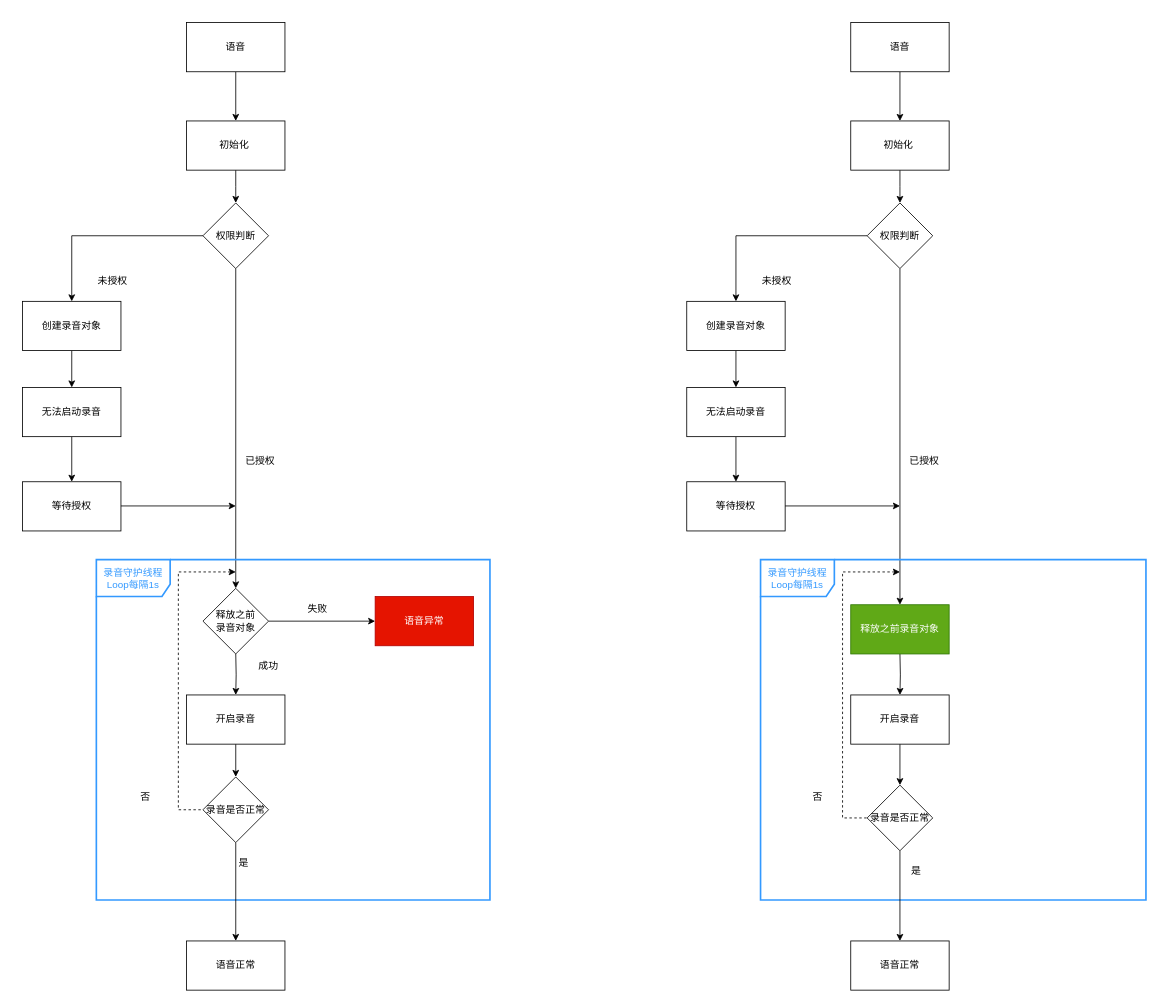
The draw.io diagram page "第 18 页" (18 of 20) of 未命名绘图.drawio in songlongGithub/CustomDemo, before the edit. Source tidied: cells renumbered, new cells numbered last; positions are measured from the earlier drawing's top-left corner, leaving out a move shared by most shapes. Both pictures are drawn from the tidied source at 82%, with x=0, y=0 at pixel (22, 22).
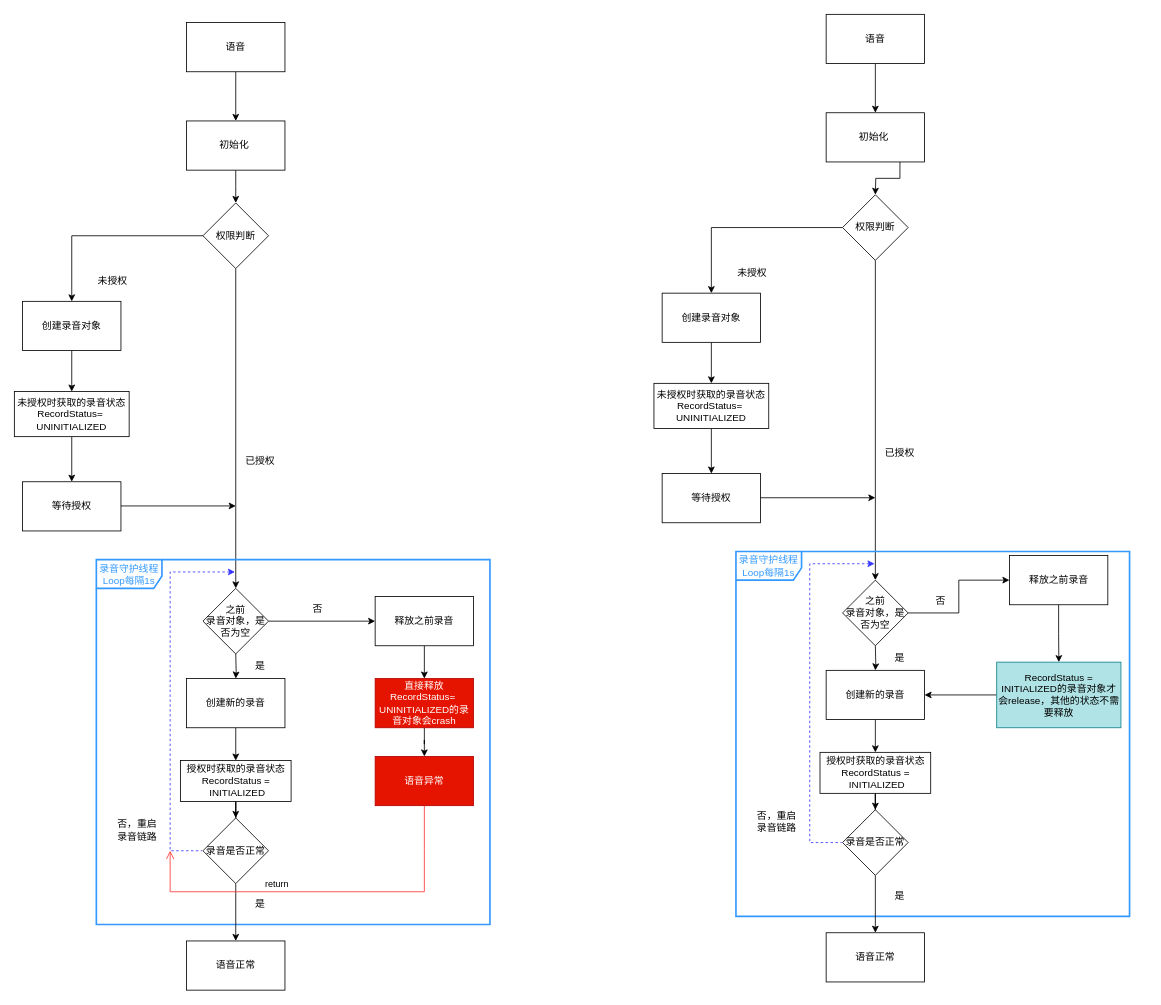
The same page after the edit.

Commit message:
更新未命名绘图.drawio

Diff of the diagram source:
```diff
@@
-    <mxCell id="15" value="无法启动录音" style="rounded=0;whiteSpace=wrap;html=1;" parent="1" vertex="1">
-      <mxGeometry y="445" width="120" height="60" as="geometry" />
+    <mxCell id="15" value="未授权时获取的录音状态&lt;br&gt;RecordStatus=&amp;nbsp;&lt;br&gt;UNINITIALIZED" style="rounded=0;whiteSpace=wrap;html=1;" parent="1" vertex="1">
+      <mxGeometry x="-10" y="450" width="140" height="55" as="geometry" />
     </mxCell>
@@
-    <mxCell id="18" style="edgeStyle=orthogonalEdgeStyle;rounded=0;jettySize=auto;html=1;" parent="1" edge="1" source="19" target="27">
-      <mxGeometry relative="1" as="geometry" />
-    </mxCell>
+    <mxCell id="58" style="edgeStyle=orthogonalEdgeStyle;rounded=0;jettySize=auto;html=1;" parent="1" edge="1" source="19" target="62">
+      <mxGeometry relative="1" as="geometry" />
+    </mxCell>
-    <mxCell id="19" value="开启录音" style="whiteSpace=wrap;html=1;" parent="1" vertex="1">
-      <mxGeometry x="200" y="820" width="120" height="60" as="geometry" />
+    <mxCell id="19" value="创建新的录音" style="whiteSpace=wrap;html=1;" parent="1" vertex="1">
+      <mxGeometry x="200" y="800" width="120" height="60" as="geometry" />
     </mxCell>
@@
-    <mxCell id="21" value="释放之前&lt;br&gt;录音对象" style="rhombus;whiteSpace=wrap;html=1;" parent="1" vertex="1">
+    <mxCell id="21" value="之前&lt;br&gt;录音对象，是否为空" style="rhombus;whiteSpace=wrap;html=1;" parent="1" vertex="1">
       <mxGeometry x="220" y="690" width="80" height="80" as="geometry" />
     </mxCell>
-    <mxCell id="22" value="成功" style="text;html=1;strokeColor=none;fillColor=none;align=center;verticalAlign=middle;whiteSpace=wrap;rounded=0;" parent="1" vertex="1">
-      <mxGeometry x="270" y="770" width="60" height="30" as="geometry" />
-    </mxCell>
+    <mxCell id="59" style="edgeStyle=orthogonalEdgeStyle;rounded=0;jettySize=auto;html=1;" parent="1" edge="1" source="23" target="64">
+      <mxGeometry relative="1" as="geometry" />
+    </mxCell>
-    <mxCell id="23" value="语音异常" style="whiteSpace=wrap;html=1;fillColor=#e51400;strokeColor=#B20000;fontColor=#ffffff;" parent="1" vertex="1">
+    <mxCell id="23" value="释放之前录音" style="whiteSpace=wrap;html=1;" parent="1" vertex="1">
       <mxGeometry x="430" y="700" width="120" height="60" as="geometry" />
     </mxCell>
-    <mxCell id="24" value="失败" style="text;html=1;strokeColor=none;fillColor=none;align=center;verticalAlign=middle;whiteSpace=wrap;rounded=0;" parent="1" vertex="1">
+    <mxCell id="24" value="否" style="text;html=1;strokeColor=none;fillColor=none;align=center;verticalAlign=middle;whiteSpace=wrap;rounded=0;" parent="1" vertex="1">
       <mxGeometry x="330" y="700" width="60" height="30" as="geometry" />
     </mxCell>
-    <mxCell id="25" value="&lt;font color=&quot;#3399ff&quot;&gt;录音守护线程Loop每隔1s&lt;/font&gt;" style="shape=umlFrame;whiteSpace=wrap;html=1;width=90;height=45;strokeColor=#3399FF;strokeWidth=2;" parent="1" vertex="1">
-      <mxGeometry x="90" y="655" width="480" height="415" as="geometry" />
+    <mxCell id="25" value="&lt;font color=&quot;#3399ff&quot;&gt;录音守护线程Loop每隔1s&lt;/font&gt;" style="shape=umlFrame;whiteSpace=wrap;html=1;width=80;height=35;strokeColor=#3399FF;strokeWidth=2;" parent="1" vertex="1">
+      <mxGeometry x="90" y="655" width="480" height="445" as="geometry" />
     </mxCell>
@@
     <mxCell id="27" value="录音是否正常" style="rhombus;whiteSpace=wrap;html=1;" parent="1" vertex="1">
-      <mxGeometry x="220" y="920" width="80" height="80" as="geometry" />
+      <mxGeometry x="220" y="970" width="80" height="80" as="geometry" />
     </mxCell>
@@
-    <mxCell id="29" style="html=1;verticalAlign=bottom;endArrow=none;curved=0;rounded=0;endFill=0;startArrow=classic;startFill=1;dashed=1;entryX=0;entryY=0.5;entryDx=0;entryDy=0;" parent="1" edge="1" target="27">
+    <mxCell id="29" style="html=1;verticalAlign=bottom;endArrow=none;curved=0;rounded=0;endFill=0;startArrow=classic;startFill=1;dashed=1;entryX=0;entryY=0.5;entryDx=0;entryDy=0;strokeColor=#3333FF;" parent="1" edge="1">
       <mxGeometry relative="1" as="geometry">
-        <mxPoint x="260" y="670" as="sourcePoint" />
+        <mxPoint x="259" y="670" as="sourcePoint" />
+        <mxPoint x="219" y="1010" as="targetPoint" />
         <Array as="points">
-          <mxPoint x="190" y="670" />
-          <mxPoint x="190" y="760" />
-          <mxPoint x="190" y="960" />
+          <mxPoint x="180" y="670" />
+          <mxPoint x="180" y="760" />
+          <mxPoint x="180" y="1010" />
         </Array>
       </mxGeometry>
     </mxCell>
-    <mxCell id="30" value="否" style="text;html=1;strokeColor=none;fillColor=none;align=center;verticalAlign=middle;whiteSpace=wrap;rounded=0;" parent="1" vertex="1">
-      <mxGeometry x="120" y="930" width="60" height="30" as="geometry" />
+    <mxCell id="30" value="否，重启录音链路" style="text;html=1;strokeColor=none;fillColor=none;align=center;verticalAlign=middle;whiteSpace=wrap;rounded=0;" parent="1" vertex="1">
+      <mxGeometry x="110" y="970" width="60" height="30" as="geometry" />
     </mxCell>
     <mxCell id="31" value="是" style="text;html=1;strokeColor=none;fillColor=none;align=center;verticalAlign=middle;whiteSpace=wrap;rounded=0;" parent="1" vertex="1">
-      <mxGeometry x="240" y="1010" width="60" height="30" as="geometry" />
+      <mxGeometry x="260" y="1060" width="60" height="30" as="geometry" />
     </mxCell>
+    <mxCell id="60" value="是" style="text;html=1;strokeColor=none;fillColor=none;align=center;verticalAlign=middle;whiteSpace=wrap;rounded=0;" parent="1" vertex="1">
+      <mxGeometry x="260" y="770" width="60" height="30" as="geometry" />
+    </mxCell>
+    <mxCell id="61" style="edgeStyle=orthogonalEdgeStyle;rounded=0;jettySize=auto;html=1;" parent="1" edge="1" source="62" target="27">
+      <mxGeometry relative="1" as="geometry" />
+    </mxCell>
+    <mxCell id="62" value="授权时获取的录音状态&lt;br style=&quot;border-color: var(--border-color);&quot;&gt;RecordStatus =&lt;br&gt;&amp;nbsp;INITIALIZED" style="html=1;whiteSpace=wrap;" parent="1" vertex="1">
+      <mxGeometry x="192.5" y="900" width="135" height="50" as="geometry" />
+    </mxCell>
+    <mxCell id="63" style="edgeStyle=orthogonalEdgeStyle;rounded=0;jettySize=auto;html=1;" parent="1" edge="1" source="64" target="66">
+      <mxGeometry relative="1" as="geometry" />
+    </mxCell>
+    <mxCell id="64" value="直接释放RecordStatus=&amp;nbsp;&lt;br style=&quot;border-color: var(--border-color);&quot;&gt;UNINITIALIZED的录音对象会crash" style="whiteSpace=wrap;html=1;fillColor=#e51400;fontColor=#ffffff;strokeColor=#B20000;" parent="1" vertex="1">
+      <mxGeometry x="430" y="800" width="120" height="60" as="geometry" />
+    </mxCell>
+    <mxCell id="65" style="edgeStyle=orthogonalEdgeStyle;rounded=0;jettySize=auto;html=1;strokeColor=#FF3333;endArrow=none;endFill=0;" parent="1" edge="1" source="66">
+      <mxGeometry relative="1" as="geometry">
+        <mxPoint x="490" y="1060" as="targetPoint" />
+      </mxGeometry>
+    </mxCell>
+    <mxCell id="66" value="语音异常" style="whiteSpace=wrap;html=1;fillColor=#e51400;fontColor=#ffffff;strokeColor=#B20000;" parent="1" vertex="1">
+      <mxGeometry x="430" y="895" width="120" height="60" as="geometry" />
+    </mxCell>
+    <mxCell id="67" value="return" style="html=1;verticalAlign=bottom;endArrow=open;endSize=8;curved=0;rounded=0;strokeColor=#FF3333;" parent="1" edge="1">
+      <mxGeometry relative="1" as="geometry">
+        <mxPoint x="490" y="1060" as="sourcePoint" />
+        <mxPoint x="180" y="1010" as="targetPoint" />
+        <Array as="points">
+          <mxPoint x="320" y="1060" />
+          <mxPoint x="180" y="1060" />
+        </Array>
+      </mxGeometry>
+    </mxCell>
@@
     <mxCell id="33" value="语音" style="rounded=0;whiteSpace=wrap;html=1;" parent="1" vertex="1">
-      <mxGeometry x="1010" width="120" height="60" as="geometry" />
+      <mxGeometry x="980" y="-10" width="120" height="60" as="geometry" />
     </mxCell>
-    <mxCell id="34" style="edgeStyle=orthogonalEdgeStyle;rounded=0;jettySize=auto;html=1;" parent="1" edge="1" source="35">
-      <mxGeometry relative="1" as="geometry">
-        <mxPoint x="1070" y="220" as="targetPoint" />
-      </mxGeometry>
-    </mxCell>
+    <mxCell id="68" style="edgeStyle=orthogonalEdgeStyle;rounded=0;jettySize=auto;html=1;exitX=0.75;exitY=1;exitDx=0;exitDy=0;" parent="1" edge="1" source="35">
+      <mxGeometry relative="1" as="geometry">
+        <mxPoint x="1040" y="210" as="targetPoint" />
+      </mxGeometry>
+    </mxCell>
     <mxCell id="35" value="初始化&amp;nbsp;" style="rounded=0;whiteSpace=wrap;html=1;" parent="1" vertex="1">
-      <mxGeometry x="1010" y="120" width="120" height="60" as="geometry" />
+      <mxGeometry x="980" y="110" width="120" height="60" as="geometry" />
     </mxCell>
-    <mxCell id="36" style="edgeStyle=orthogonalEdgeStyle;rounded=0;jettySize=auto;html=1;entryX=0.5;entryY=0;entryDx=0;entryDy=0;" parent="1" edge="1" source="38" target="57">
-      <mxGeometry relative="1" as="geometry" />
-    </mxCell>
+    <mxCell id="69" style="edgeStyle=orthogonalEdgeStyle;rounded=0;jettySize=auto;html=1;entryX=0.5;entryY=0;entryDx=0;entryDy=0;" parent="1" edge="1" source="38" target="79">
+      <mxGeometry relative="1" as="geometry" />
+    </mxCell>
@@
     <mxCell id="38" value="权限判断" style="rhombus;whiteSpace=wrap;html=1;" parent="1" vertex="1">
-      <mxGeometry x="1030" y="220" width="80" height="80" as="geometry" />
+      <mxGeometry x="1000" y="210" width="80" height="80" as="geometry" />
     </mxCell>
-    <mxCell id="39" style="edgeStyle=orthogonalEdgeStyle;rounded=0;jettySize=auto;html=1;" parent="1" edge="1" target="49">
-      <mxGeometry relative="1" as="geometry">
-        <mxPoint x="1070" y="770" as="sourcePoint" />
-      </mxGeometry>
-    </mxCell>
-    <mxCell id="40" style="edgeStyle=orthogonalEdgeStyle;rounded=0;jettySize=auto;html=1;entryX=0.5;entryY=0;entryDx=0;entryDy=0;" parent="1" edge="1" source="41" target="45">
-      <mxGeometry relative="1" as="geometry" />
-    </mxCell>
+    <mxCell id="70" style="edgeStyle=orthogonalEdgeStyle;rounded=0;jettySize=auto;html=1;" parent="1" edge="1" target="77">
+      <mxGeometry relative="1" as="geometry">
+        <mxPoint x="1040" y="760" as="sourcePoint" />
+      </mxGeometry>
+    </mxCell>
+    <mxCell id="71" style="edgeStyle=orthogonalEdgeStyle;rounded=0;jettySize=auto;html=1;entryX=0.5;entryY=0;entryDx=0;entryDy=0;" parent="1" edge="1" source="41" target="73">
+      <mxGeometry relative="1" as="geometry" />
+    </mxCell>
     <mxCell id="41" value="创建录音对象" style="whiteSpace=wrap;html=1;" parent="1" vertex="1">
-      <mxGeometry x="810" y="340" width="120" height="60" as="geometry" />
+      <mxGeometry x="780" y="330" width="120" height="60" as="geometry" />
     </mxCell>
     <mxCell id="42" value="未授权" style="text;html=1;strokeColor=none;fillColor=none;align=center;verticalAlign=middle;whiteSpace=wrap;rounded=0;" parent="1" vertex="1">
-      <mxGeometry x="890" y="300" width="60" height="30" as="geometry" />
+      <mxGeometry x="860" y="290" width="60" height="30" as="geometry" />
     </mxCell>
     <mxCell id="43" value="已授权" style="text;html=1;strokeColor=none;fillColor=none;align=center;verticalAlign=middle;whiteSpace=wrap;rounded=0;" parent="1" vertex="1">
-      <mxGeometry x="1070" y="520" width="60" height="30" as="geometry" />
+      <mxGeometry x="1040" y="510" width="60" height="30" as="geometry" />
     </mxCell>
-    <mxCell id="44" style="edgeStyle=orthogonalEdgeStyle;rounded=0;jettySize=auto;html=1;" parent="1" edge="1" source="45" target="46">
-      <mxGeometry relative="1" as="geometry" />
-    </mxCell>
-    <mxCell id="45" value="无法启动录音" style="rounded=0;whiteSpace=wrap;html=1;" parent="1" vertex="1">
-      <mxGeometry x="810" y="445" width="120" height="60" as="geometry" />
-    </mxCell>
+    <mxCell id="72" style="edgeStyle=orthogonalEdgeStyle;rounded=0;jettySize=auto;html=1;" parent="1" edge="1" source="73" target="46">
+      <mxGeometry relative="1" as="geometry" />
+    </mxCell>
+    <mxCell id="73" value="未授权时获取的录音状态&lt;br&gt;RecordStatus=&amp;nbsp;&lt;br&gt;UNINITIALIZED" style="rounded=0;whiteSpace=wrap;html=1;" parent="1" vertex="1">
+      <mxGeometry x="770" y="440" width="140" height="55" as="geometry" />
+    </mxCell>
     <mxCell id="46" value="等待授权" style="whiteSpace=wrap;html=1;rounded=0;" parent="1" vertex="1">
-      <mxGeometry x="810" y="560" width="120" height="60" as="geometry" />
+      <mxGeometry x="780" y="550" width="120" height="60" as="geometry" />
     </mxCell>
-    <mxCell id="47" style="endArrow=classic;html=1;rounded=0;" parent="1" edge="1">
-      <mxGeometry relative="1" as="geometry">
-        <mxPoint x="930" y="589.5" as="sourcePoint" />
-        <mxPoint x="1070" y="589.5" as="targetPoint" />
-      </mxGeometry>
-    </mxCell>
-    <mxCell id="48" style="edgeStyle=orthogonalEdgeStyle;rounded=0;jettySize=auto;html=1;" parent="1" edge="1" source="49" target="52">
-      <mxGeometry relative="1" as="geometry" />
-    </mxCell>
-    <mxCell id="49" value="开启录音" style="whiteSpace=wrap;html=1;" parent="1" vertex="1">
-      <mxGeometry x="1010" y="820" width="120" height="60" as="geometry" />
-    </mxCell>
+    <mxCell id="74" style="endArrow=classic;html=1;rounded=0;" parent="1" edge="1">
+      <mxGeometry relative="1" as="geometry">
+        <mxPoint x="900" y="579.5" as="sourcePoint" />
+        <mxPoint x="1040" y="579.5" as="targetPoint" />
+      </mxGeometry>
+    </mxCell>
+    <mxCell id="75" style="edgeStyle=orthogonalEdgeStyle;rounded=0;jettySize=auto;html=1;" parent="1" edge="1" source="77" target="87">
+      <mxGeometry relative="1" as="geometry" />
+    </mxCell>
+    <mxCell id="76" style="edgeStyle=orthogonalEdgeStyle;rounded=0;jettySize=auto;html=1;endArrow=none;endFill=0;startArrow=classic;startFill=1;" parent="1" edge="1" source="77" target="88">
+      <mxGeometry relative="1" as="geometry" />
+    </mxCell>
+    <mxCell id="77" value="创建新的录音" style="whiteSpace=wrap;html=1;" parent="1" vertex="1">
+      <mxGeometry x="980" y="790" width="120" height="60" as="geometry" />
+    </mxCell>
+    <mxCell id="78" style="edgeStyle=orthogonalEdgeStyle;rounded=0;jettySize=auto;html=1;" parent="1" edge="1" source="79" target="81">
+      <mxGeometry relative="1" as="geometry" />
+    </mxCell>
+    <mxCell id="79" value="之前&lt;br&gt;录音对象，是否为空" style="rhombus;whiteSpace=wrap;html=1;" parent="1" vertex="1">
+      <mxGeometry x="1000" y="680" width="80" height="80" as="geometry" />
+    </mxCell>
+    <mxCell id="80" style="edgeStyle=orthogonalEdgeStyle;rounded=0;jettySize=auto;html=1;" parent="1" edge="1" source="81" target="88">
+      <mxGeometry relative="1" as="geometry" />
+    </mxCell>
+    <mxCell id="81" value="释放之前录音" style="whiteSpace=wrap;html=1;" parent="1" vertex="1">
+      <mxGeometry x="1203.5" y="650" width="120" height="60" as="geometry" />
+    </mxCell>
+    <mxCell id="55" value="否" style="text;html=1;strokeColor=none;fillColor=none;align=center;verticalAlign=middle;whiteSpace=wrap;rounded=0;" parent="1" vertex="1">
+      <mxGeometry x="1090" y="690" width="60" height="30" as="geometry" />
+    </mxCell>
-    <mxCell id="50" value="&lt;font color=&quot;#3399ff&quot;&gt;录音守护线程Loop每隔1s&lt;/font&gt;" style="shape=umlFrame;whiteSpace=wrap;html=1;width=90;height=45;strokeColor=#3399FF;strokeWidth=2;" parent="1" vertex="1">
-      <mxGeometry x="900" y="655" width="470" height="415" as="geometry" />
+    <mxCell id="50" value="&lt;font color=&quot;#3399ff&quot;&gt;录音守护线程Loop每隔1s&lt;/font&gt;" style="shape=umlFrame;whiteSpace=wrap;html=1;width=80;height=35;strokeColor=#3399FF;strokeWidth=2;" parent="1" vertex="1">
+      <mxGeometry x="870" y="645" width="480" height="445" as="geometry" />
     </mxCell>
@@
     <mxCell id="52" value="录音是否正常" style="rhombus;whiteSpace=wrap;html=1;" parent="1" vertex="1">
-      <mxGeometry x="1030" y="930" width="80" height="80" as="geometry" />
+      <mxGeometry x="1000" y="960" width="80" height="80" as="geometry" />
     </mxCell>
     <mxCell id="53" value="语音正常" style="whiteSpace=wrap;html=1;" parent="1" vertex="1">
-      <mxGeometry x="1010" y="1120" width="120" height="60" as="geometry" />
+      <mxGeometry x="980" y="1110" width="120" height="60" as="geometry" />
     </mxCell>
-    <mxCell id="54" style="html=1;verticalAlign=bottom;endArrow=none;curved=0;rounded=0;endFill=0;startArrow=classic;startFill=1;dashed=1;entryX=0;entryY=0.5;entryDx=0;entryDy=0;" parent="1" edge="1" target="52">
-      <mxGeometry relative="1" as="geometry">
-        <mxPoint x="1070" y="670" as="sourcePoint" />
-        <Array as="points">
-          <mxPoint x="1000" y="670" />
-          <mxPoint x="1000" y="760" />
-          <mxPoint x="1000" y="970" />
-        </Array>
-      </mxGeometry>
-    </mxCell>
-    <mxCell id="55" value="否" style="text;html=1;strokeColor=none;fillColor=none;align=center;verticalAlign=middle;whiteSpace=wrap;rounded=0;" parent="1" vertex="1">
-      <mxGeometry x="940" y="930" width="60" height="30" as="geometry" />
-    </mxCell>
-    <mxCell id="56" value="是" style="text;html=1;strokeColor=none;fillColor=none;align=center;verticalAlign=middle;whiteSpace=wrap;rounded=0;" parent="1" vertex="1">
-      <mxGeometry x="1060" y="1020" width="60" height="30" as="geometry" />
-    </mxCell>
-    <mxCell id="57" value="释放之前录音对象" style="rounded=0;whiteSpace=wrap;html=1;fillColor=#60a917;fontColor=#ffffff;strokeColor=#2D7600;" parent="1" vertex="1">
-      <mxGeometry x="1010" y="710" width="120" height="60" as="geometry" />
-    </mxCell>
+    <mxCell id="82" style="html=1;verticalAlign=bottom;endArrow=none;curved=0;rounded=0;endFill=0;startArrow=classic;startFill=1;dashed=1;entryX=0;entryY=0.5;entryDx=0;entryDy=0;strokeColor=#3333FF;" parent="1" edge="1">
+      <mxGeometry relative="1" as="geometry">
+        <mxPoint x="1039" y="660" as="sourcePoint" />
+        <mxPoint x="999" y="1000" as="targetPoint" />
+        <Array as="points">
+          <mxPoint x="960" y="660" />
+          <mxPoint x="960" y="750" />
+          <mxPoint x="960" y="1000" />
+        </Array>
+      </mxGeometry>
+    </mxCell>
+    <mxCell id="83" value="否，重启录音链路" style="text;html=1;strokeColor=none;fillColor=none;align=center;verticalAlign=middle;whiteSpace=wrap;rounded=0;" parent="1" vertex="1">
+      <mxGeometry x="890" y="960" width="60" height="30" as="geometry" />
+    </mxCell>
+    <mxCell id="84" value="是" style="text;html=1;strokeColor=none;fillColor=none;align=center;verticalAlign=middle;whiteSpace=wrap;rounded=0;" parent="1" vertex="1">
+      <mxGeometry x="1040" y="1050" width="60" height="30" as="geometry" />
+    </mxCell>
+    <mxCell id="85" value="是" style="text;html=1;strokeColor=none;fillColor=none;align=center;verticalAlign=middle;whiteSpace=wrap;rounded=0;" parent="1" vertex="1">
+      <mxGeometry x="1040" y="760" width="60" height="30" as="geometry" />
+    </mxCell>
+    <mxCell id="86" style="edgeStyle=orthogonalEdgeStyle;rounded=0;jettySize=auto;html=1;" parent="1" edge="1" source="87" target="52">
+      <mxGeometry relative="1" as="geometry" />
+    </mxCell>
+    <mxCell id="87" value="授权时获取的录音状态&lt;br style=&quot;border-color: var(--border-color);&quot;&gt;RecordStatus =&lt;br&gt;&amp;nbsp;INITIALIZED" style="html=1;whiteSpace=wrap;" parent="1" vertex="1">
+      <mxGeometry x="972.5" y="890" width="135" height="50" as="geometry" />
+    </mxCell>
+    <mxCell id="88" value="RecordStatus =&lt;br style=&quot;border-color: var(--border-color); color: rgb(0, 0, 0);&quot;&gt;&lt;span style=&quot;color: rgb(0, 0, 0);&quot;&gt;INITIALIZED的录音对象才会release，其他的状态不需要释放&lt;/span&gt;" style="whiteSpace=wrap;html=1;fillColor=#b0e3e6;strokeColor=#0e8088;" parent="1" vertex="1">
+      <mxGeometry x="1188" y="780" width="151.5" height="80" as="geometry" />
+    </mxCell>
```
